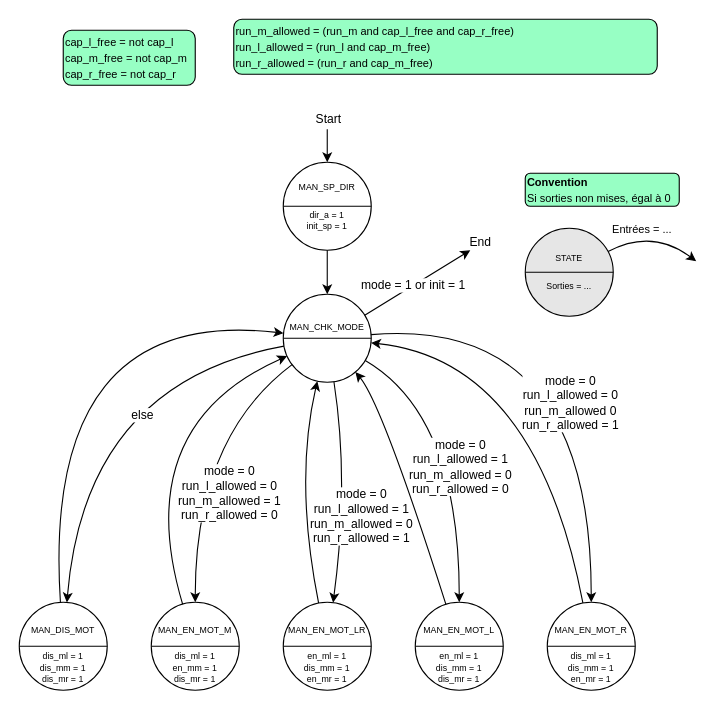
Above: doc/diags/state_manual_sequence.drawio in Schokiiiiiiii/csn26 (draw.io), before the change. Source tidied: cells renumbered, new cells numbered last; positions are measured from the earlier drawing's top-left corner, leaving out a move shared by most shapes. Both pictures are drawn from the tidied source at 110%, with x=0, y=0 at pixel (19, 19).
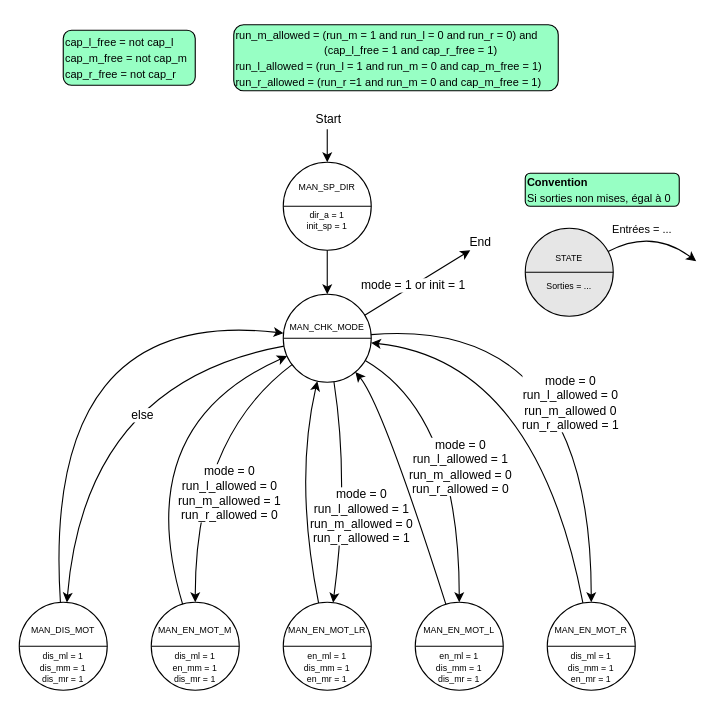
After the change.

The edit, as a diff of the source:
```diff
@@
-    <mxCell id="43" value="&lt;span style=&quot;font-size: 10px;&quot;&gt;run_m_allowed = (run_m and cap_l_free and cap_r_free)&lt;/span&gt;&lt;div&gt;&lt;span style=&quot;font-size: 10px;&quot;&gt;run_l_allowed = (run_l and cap_m_free)&lt;/span&gt;&lt;/div&gt;&lt;div&gt;&lt;span style=&quot;font-size: 10px;&quot;&gt;run_r_allowed = (run_r and cap_m_free)&lt;br&gt;&lt;/span&gt;&lt;/div&gt;" style="rounded=1;whiteSpace=wrap;html=1;align=left;fillColor=#97FFC4;" parent="1" vertex="1">
-      <mxGeometry x="195" width="385" height="50" as="geometry" />
+    <mxCell id="43" value="&lt;span style=&quot;font-size: 10px;&quot;&gt;run_m_allowed = (run_m = 1 and run_l = 0 and run_r = 0) and&amp;nbsp;&lt;/span&gt;&lt;div&gt;&lt;span style=&quot;font-size: 10px;&quot;&gt;&amp;nbsp; &amp;nbsp; &amp;nbsp; &amp;nbsp; &amp;nbsp; &amp;nbsp; &amp;nbsp; &amp;nbsp; &amp;nbsp; &amp;nbsp; &amp;nbsp; &amp;nbsp; &amp;nbsp; &amp;nbsp; &amp;nbsp;(cap_l_free = 1 and cap_r_free = 1)&lt;/span&gt;&lt;div&gt;&lt;span style=&quot;font-size: 10px;&quot;&gt;run_l_allowed = (run_l = 1 and run_m = 0 and cap_m_free = 1)&lt;/span&gt;&lt;/div&gt;&lt;div&gt;&lt;span style=&quot;font-size: 10px;&quot;&gt;run_r_allowed = (run_r =1 and run_m = 0 and cap_m_free = 1)&lt;br&gt;&lt;/span&gt;&lt;/div&gt;&lt;/div&gt;" style="rounded=1;whiteSpace=wrap;html=1;align=left;fillColor=#97FFC4;" parent="1" vertex="1">
+      <mxGeometry x="195" y="5" width="295" height="60" as="geometry" />
     </mxCell>
```
